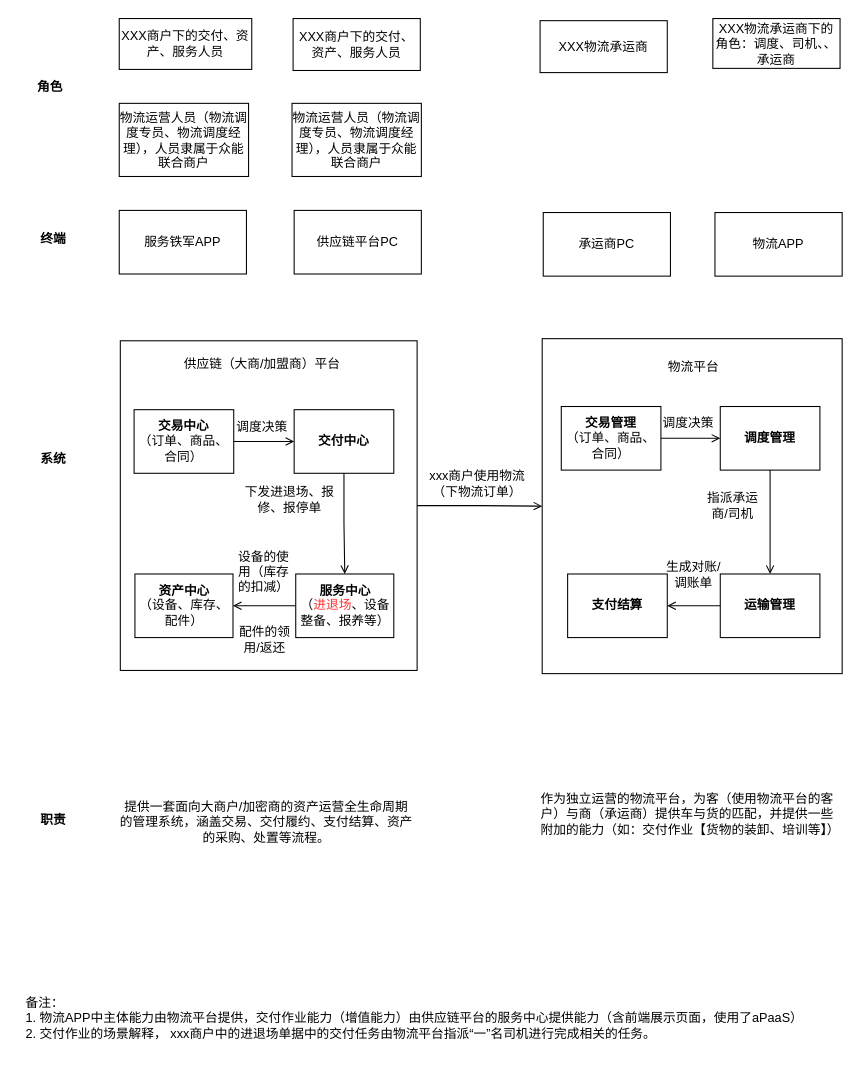
This is page "Page-4" (4 of 4) of 业务建模.drawio from lokiworks/drawio, a draw.io file, before an edit. Source tidied: cells renumbered, new cells numbered last; positions are measured from the earlier drawing's top-left corner, leaving out a move shared by most shapes. Both pictures are drawn from the tidied source at 106%, with x=0, y=0 at pixel (18, 18).
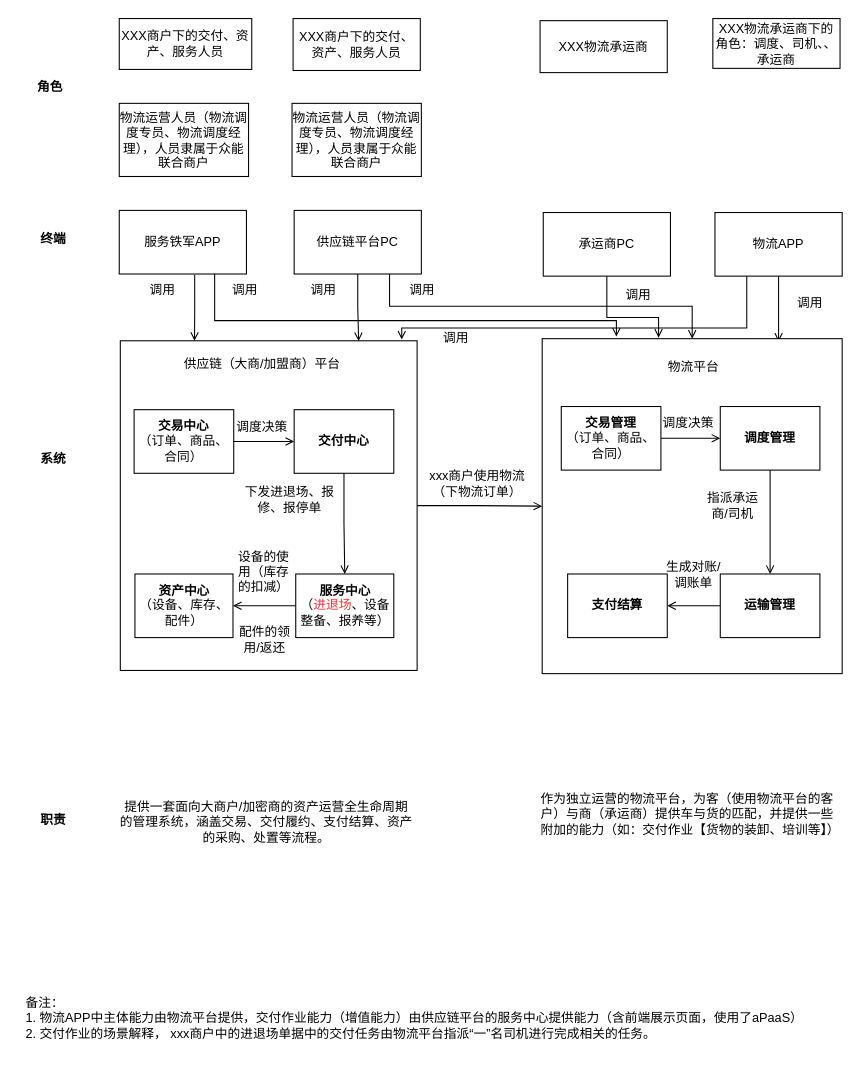
Above is the later version.

The change refers to these unchanged cells:
```xml
<mxCell id="2" value="服务铁军APP" style="rounded=0;whiteSpace=wrap;html=1;" parent="1" vertex="1">
  <mxGeometry x="95" y="181" width="120" height="60" as="geometry" />
</mxCell>
<mxCell id="4" value="供应链平台PC" style="rounded=0;whiteSpace=wrap;html=1;" parent="1" vertex="1">
  <mxGeometry x="260" y="181" width="120" height="60" as="geometry" />
</mxCell>
<mxCell id="5" value="承运商PC" style="rounded=0;whiteSpace=wrap;html=1;" parent="1" vertex="1">
  <mxGeometry x="495" y="183" width="120" height="60" as="geometry" />
</mxCell>
<mxCell id="6" value="物流APP" style="rounded=0;whiteSpace=wrap;html=1;" parent="1" vertex="1">
  <mxGeometry x="657" y="183" width="120" height="60" as="geometry" />
</mxCell>
<mxCell id="16" style="rounded=0;whiteSpace=wrap;html=1;strokeColor=default;" parent="1" vertex="1">
  <mxGeometry x="96" y="304" width="280" height="311" as="geometry" />
</mxCell>
<mxCell id="17" style="rounded=0;whiteSpace=wrap;html=1;strokeColor=default;" parent="1" vertex="1">
  <mxGeometry x="494" y="302" width="283" height="316" as="geometry" />
</mxCell>
```

The edit, as a diff of the source:
```diff
@@
+    <mxCell id="46" style="rounded=0;jettySize=auto;html=1;exitX=0.593;exitY=1.01;exitDx=0;exitDy=0;entryX=0.25;entryY=0;entryDx=0;entryDy=0;fontColor=#000000;endArrow=open;endFill=0;edgeStyle=orthogonalEdgeStyle;exitPerimeter=0;" parent="1" edge="1" source="2" target="16">
+      <mxGeometry relative="1" as="geometry" />
+    </mxCell>
+    <mxCell id="47" style="edgeStyle=orthogonalEdgeStyle;rounded=0;jettySize=auto;html=1;exitX=0.75;exitY=1;exitDx=0;exitDy=0;fontColor=#000000;endArrow=open;endFill=0;" parent="1" edge="1" source="2">
+      <mxGeometry relative="1" as="geometry">
+        <mxPoint x="564" y="300" as="targetPoint" />
+        <Array as="points">
+          <mxPoint x="185" y="285" />
+          <mxPoint x="564" y="285" />
+        </Array>
+      </mxGeometry>
+    </mxCell>
@@
+    <mxCell id="48" style="edgeStyle=orthogonalEdgeStyle;rounded=0;jettySize=auto;html=1;exitX=0.5;exitY=1;exitDx=0;exitDy=0;entryX=0.803;entryY=0.001;entryDx=0;entryDy=0;entryPerimeter=0;fontColor=#000000;endArrow=open;endFill=0;" parent="1" edge="1" source="4" target="16">
+      <mxGeometry relative="1" as="geometry" />
+    </mxCell>
+    <mxCell id="49" style="edgeStyle=orthogonalEdgeStyle;rounded=0;jettySize=auto;html=1;exitX=0.75;exitY=1;exitDx=0;exitDy=0;fontColor=#000000;endArrow=open;endFill=0;" parent="1" edge="1" source="4" target="17">
+      <mxGeometry relative="1" as="geometry" />
+    </mxCell>
@@
+    <mxCell id="50" style="edgeStyle=orthogonalEdgeStyle;rounded=0;jettySize=auto;html=1;exitX=0.5;exitY=1;exitDx=0;exitDy=0;entryX=0.388;entryY=-0.003;entryDx=0;entryDy=0;entryPerimeter=0;fontColor=#000000;endArrow=open;endFill=0;" parent="1" edge="1" source="5" target="17">
+      <mxGeometry relative="1" as="geometry">
+        <Array as="points">
+          <mxPoint x="555" y="282" />
+          <mxPoint x="604" y="282" />
+        </Array>
+      </mxGeometry>
+    </mxCell>
@@
+    <mxCell id="51" style="edgeStyle=orthogonalEdgeStyle;rounded=0;jettySize=auto;html=1;exitX=0.5;exitY=1;exitDx=0;exitDy=0;entryX=0.788;entryY=0.009;entryDx=0;entryDy=0;fontColor=#000000;endArrow=open;endFill=0;entryPerimeter=0;" parent="1" edge="1" source="6" target="17">
+      <mxGeometry relative="1" as="geometry" />
+    </mxCell>
+    <mxCell id="52" style="edgeStyle=orthogonalEdgeStyle;rounded=0;jettySize=auto;html=1;exitX=0.25;exitY=1;exitDx=0;exitDy=0;fontColor=#000000;endArrow=open;endFill=0;" parent="1" edge="1" source="6">
+      <mxGeometry relative="1" as="geometry">
+        <mxPoint x="361.5" y="302.8" as="targetPoint" />
+        <Array as="points">
+          <mxPoint x="687" y="292" />
+          <mxPoint x="362" y="292" />
+        </Array>
+      </mxGeometry>
+    </mxCell>
@@
+    <mxCell id="53" value="调用" style="text;html=1;strokeColor=none;fillColor=none;align=center;verticalAlign=middle;whiteSpace=wrap;rounded=0;fontColor=#000000;" parent="1" vertex="1">
+      <mxGeometry x="106" y="241" width="60" height="30" as="geometry" />
+    </mxCell>
+    <mxCell id="54" value="调用" style="text;html=1;strokeColor=none;fillColor=none;align=center;verticalAlign=middle;whiteSpace=wrap;rounded=0;fontColor=#000000;" parent="1" vertex="1">
+      <mxGeometry x="258" y="241" width="60" height="30" as="geometry" />
+    </mxCell>
+    <mxCell id="55" value="调用" style="text;html=1;strokeColor=none;fillColor=none;align=center;verticalAlign=middle;whiteSpace=wrap;rounded=0;fontColor=#000000;" parent="1" vertex="1">
+      <mxGeometry x="184" y="241" width="60" height="30" as="geometry" />
+    </mxCell>
+    <mxCell id="56" value="调用" style="text;html=1;strokeColor=none;fillColor=none;align=center;verticalAlign=middle;whiteSpace=wrap;rounded=0;fontColor=#000000;" parent="1" vertex="1">
+      <mxGeometry x="351" y="241" width="60" height="30" as="geometry" />
+    </mxCell>
+    <mxCell id="57" value="调用" style="text;html=1;strokeColor=none;fillColor=none;align=center;verticalAlign=middle;whiteSpace=wrap;rounded=0;fontColor=#000000;" parent="1" vertex="1">
+      <mxGeometry x="383" y="287" width="60" height="30" as="geometry" />
+    </mxCell>
+    <mxCell id="58" value="调用" style="text;html=1;strokeColor=none;fillColor=none;align=center;verticalAlign=middle;whiteSpace=wrap;rounded=0;fontColor=#000000;" parent="1" vertex="1">
+      <mxGeometry x="555" y="246" width="60" height="30" as="geometry" />
+    </mxCell>
+    <mxCell id="59" value="调用" style="text;html=1;strokeColor=none;fillColor=none;align=center;verticalAlign=middle;whiteSpace=wrap;rounded=0;fontColor=#000000;" parent="1" vertex="1">
+      <mxGeometry x="716.5" y="254" width="60" height="30" as="geometry" />
+    </mxCell>
```
